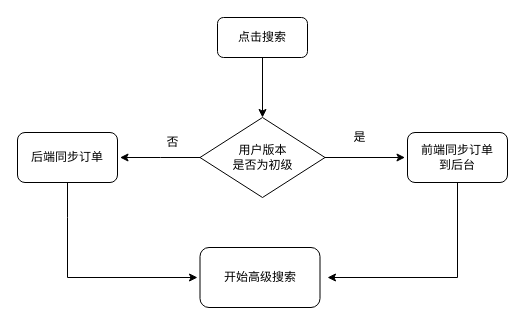
Earlier version of the draw.io diagram views/高级搜索.drawio (lys829/yiBlog). Source tidied: cells renumbered, new cells numbered last; positions are measured from the earlier drawing's top-left corner, leaving out a move shared by most shapes. Both pictures are drawn from the tidied source at 100%, with x=0, y=0 at pixel (17, 17).
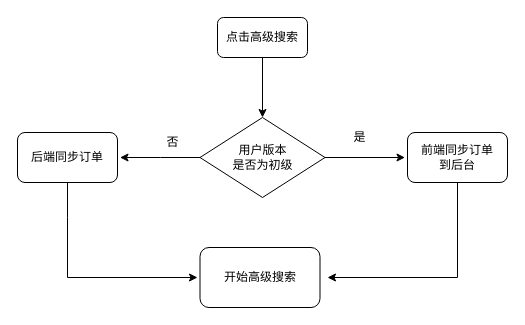
After the change.

Commit message:
更新高级搜索.drawio

Diff of the diagram source:
```diff
@@
 <mxGraphModel>
   <root>
     <mxCell id="0" />
     <mxCell id="1" parent="0" />
-    <mxCell id="2" value="点击搜索" style="rounded=1;whiteSpace=wrap;html=1;" parent="1" vertex="1">
+    <mxCell id="2" value="点击高级搜索" style="rounded=1;whiteSpace=wrap;html=1;" parent="1" vertex="1">
       <mxGeometry x="200" width="90" height="40" as="geometry" />
     </mxCell>
     <mxCell id="3" style="edgeStyle=orthogonalEdgeStyle;rounded=0;orthogonalLoop=1;jettySize=auto;html=1;" parent="1" edge="1">
       <mxGeometry relative="1" as="geometry">
         <mxPoint x="245" y="40" as="sourcePoint" />
         <mxPoint x="245" y="100" as="targetPoint" />
       </mxGeometry>
     </mxCell>
     <mxCell id="4" style="edgeStyle=orthogonalEdgeStyle;rounded=0;jettySize=auto;html=1;" parent="1" edge="1" source="6">
       <mxGeometry relative="1" as="geometry">
         <mxPoint x="387.5" y="140" as="targetPoint" />
       </mxGeometry>
     </mxCell>
     <mxCell id="5" style="edgeStyle=orthogonalEdgeStyle;rounded=0;jettySize=auto;html=1;" parent="1" edge="1" source="6">
       <mxGeometry relative="1" as="geometry">
         <mxPoint x="102.5" y="140" as="targetPoint" />
       </mxGeometry>
     </mxCell>
     <mxCell id="6" value="用户版本&lt;br&gt;是否为初级" style="rhombus;whiteSpace=wrap;html=1;" parent="1" vertex="1">
       <mxGeometry x="182.5" y="100" width="125" height="80" as="geometry" />
     </mxCell>
     <mxCell id="7" value="是" style="text;html=1;align=center;verticalAlign=middle;" parent="1" vertex="1">
       <mxGeometry x="327" y="110" width="30" height="20" as="geometry" />
     </mxCell>
     <mxCell id="8" style="edgeStyle=orthogonalEdgeStyle;rounded=0;jettySize=auto;html=1;" parent="1" edge="1" source="9">
       <mxGeometry relative="1" as="geometry">
         <mxPoint x="310" y="260" as="targetPoint" />
         <Array as="points">
           <mxPoint x="440" y="260" />
         </Array>
       </mxGeometry>
     </mxCell>
     <mxCell id="9" value="前端同步订单&lt;br&gt;到后台" style="rounded=1;whiteSpace=wrap;html=1;" parent="1" vertex="1">
       <mxGeometry x="390" y="115" width="100" height="50" as="geometry" />
     </mxCell>
     <mxCell id="10" value="否" style="text;html=1;align=center;verticalAlign=middle;" parent="1" vertex="1">
       <mxGeometry x="140" y="115" width="30" height="20" as="geometry" />
     </mxCell>
     <mxCell id="11" style="edgeStyle=orthogonalEdgeStyle;rounded=0;jettySize=auto;html=1;" parent="1" edge="1" source="12">
       <mxGeometry relative="1" as="geometry">
         <mxPoint x="180" y="260" as="targetPoint" />
         <Array as="points">
           <mxPoint x="50" y="200" />
           <mxPoint x="50" y="200" />
         </Array>
       </mxGeometry>
     </mxCell>
     <mxCell id="12" value="后端同步订单" style="rounded=1;whiteSpace=wrap;html=1;" parent="1" vertex="1">
       <mxGeometry y="115" width="100" height="50" as="geometry" />
     </mxCell>
     <mxCell id="13" value="开始高级搜索" style="rounded=1;whiteSpace=wrap;html=1;" parent="1" vertex="1">
       <mxGeometry x="182.5" y="230" width="120" height="60" as="geometry" />
     </mxCell>
   </root>
 </mxGraphModel>
```
